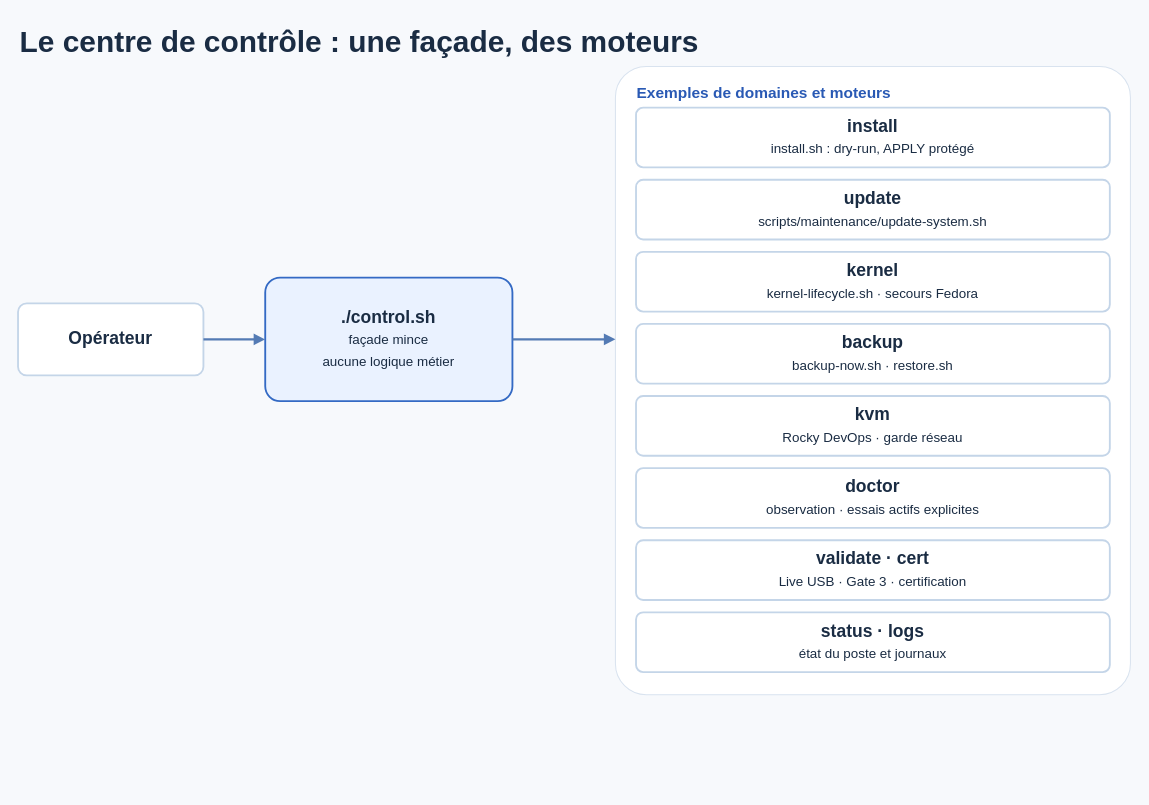
This is docs/assets/diagrams/centre-de-controle.drawio from mathiasseguincadiche/FEDORA_GNOME_CUSTOM, a draw.io file, before an edit. Source tidied: cells renumbered, new cells numbered last; positions are measured from the earlier drawing's top-left corner, leaving out a move shared by most shapes. Both pictures are drawn from the tidied source at 103%, with x=0, y=0 at pixel (18, 18).
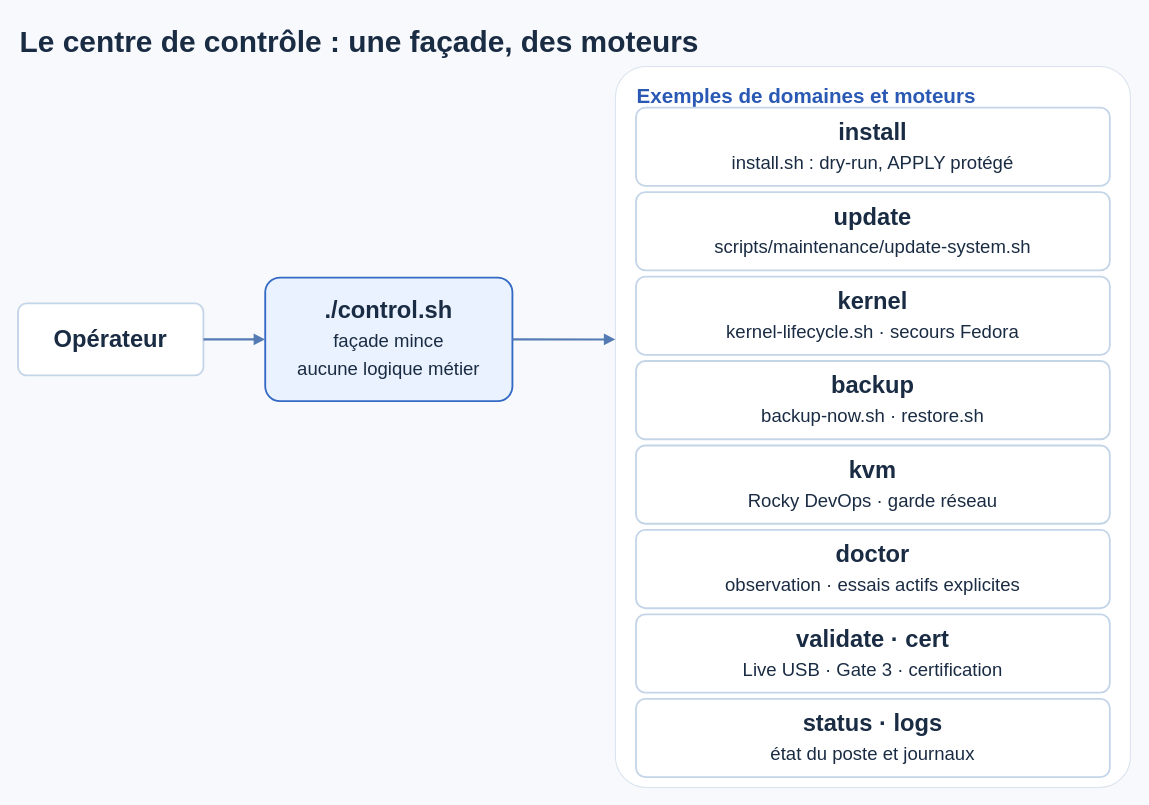
After the change.

Diff of the diagram source:
```diff
@@
 <mxGraphModel background="#F7F9FC">
   <root>
     <mxCell id="0" />
     <mxCell id="1" parent="0" />
     <mxCell id="2" value="Le centre de contrôle : une façade, des moteurs" style="text;html=1;fontSize=29;fontStyle=1;fontColor=#1A2C43;fontFamily=Arial;align=left;verticalAlign=middle;" parent="1" vertex="1">
       <mxGeometry width="1080" height="46" as="geometry" />
     </mxCell>
-    <mxCell id="3" value="Exemples de domaines et moteurs" style="rounded=1;arcSize=6;whiteSpace=wrap;html=1;fillColor=#FFFFFF;strokeColor=#D9E3EF;fontColor=#2959B4;fontStyle=1;fontSize=15;fontFamily=Arial;verticalAlign=top;align=left;spacingLeft=19;spacingTop=10;" parent="1" vertex="1">
-      <mxGeometry x="580" y="47" width="500" height="610" as="geometry" />
+    <mxCell id="3" value="Exemples de domaines et moteurs" style="rounded=1;arcSize=6;whiteSpace=wrap;html=1;fillColor=#FFFFFF;strokeColor=#D9E3EF;fontColor=#2959B4;fontStyle=1;fontSize=20;fontFamily=Arial;verticalAlign=top;align=left;spacingLeft=19;spacingTop=10;" parent="1" vertex="1">
+      <mxGeometry x="580" y="47" width="500" height="700" as="geometry" />
     </mxCell>
-    <mxCell id="4" value="&lt;b&gt;Opérateur&lt;/b&gt;" style="rounded=1;arcSize=12;whiteSpace=wrap;html=1;fillColor=#FFFFFF;strokeColor=#C4D5E8;strokeWidth=1.8;fontColor=#1A2C43;fontSize=17;fontFamily=Arial;" parent="1" vertex="1">
+    <mxCell id="4" value="&lt;b&gt;Opérateur&lt;/b&gt;" style="rounded=1;arcSize=12;whiteSpace=wrap;html=1;fillColor=#FFFFFF;strokeColor=#C4D5E8;strokeWidth=1.8;fontColor=#1A2C43;fontSize=23;fontFamily=Arial;" parent="1" vertex="1">
       <mxGeometry y="277" width="180" height="70" as="geometry" />
     </mxCell>
-    <mxCell id="5" value="&lt;b&gt;./control.sh&lt;/b&gt;&lt;br&gt;&lt;span style=&quot;font-size:13px&quot;&gt;façade mince&lt;/span&gt;&lt;br&gt;&lt;span style=&quot;font-size:13px&quot;&gt;aucune logique métier&lt;/span&gt;" style="rounded=1;arcSize=12;whiteSpace=wrap;html=1;fillColor=#EAF2FF;strokeColor=#346AC4;strokeWidth=1.8;fontColor=#1A2C43;fontSize=17;fontFamily=Arial;" parent="1" vertex="1">
+    <mxCell id="5" value="&lt;b&gt;./control.sh&lt;/b&gt;&lt;br&gt;&lt;span style=&quot;font-size:18px&quot;&gt;façade mince&lt;/span&gt;&lt;br&gt;&lt;span style=&quot;font-size:18px&quot;&gt;aucune logique métier&lt;/span&gt;" style="rounded=1;arcSize=12;whiteSpace=wrap;html=1;fillColor=#EAF2FF;strokeColor=#346AC4;strokeWidth=1.8;fontColor=#1A2C43;fontSize=23;fontFamily=Arial;" parent="1" vertex="1">
       <mxGeometry x="240" y="252" width="240" height="120" as="geometry" />
     </mxCell>
-    <mxCell id="6" value="&lt;b&gt;install&lt;/b&gt;&lt;br&gt;&lt;span style=&quot;font-size:13px&quot;&gt;install.sh : dry-run, APPLY protégé&lt;/span&gt;" style="rounded=1;arcSize=12;whiteSpace=wrap;html=1;fillColor=#FFFFFF;strokeColor=#C4D5E8;strokeWidth=1.8;fontColor=#1A2C43;fontSize=17;fontFamily=Arial;" parent="1" vertex="1">
-      <mxGeometry x="600" y="87" width="460" height="58" as="geometry" />
+    <mxCell id="6" value="&lt;b&gt;install&lt;/b&gt;&lt;br&gt;&lt;span style=&quot;font-size:18px&quot;&gt;install.sh : dry-run, APPLY protégé&lt;/span&gt;" style="rounded=1;arcSize=12;whiteSpace=wrap;html=1;fillColor=#FFFFFF;strokeColor=#C4D5E8;strokeWidth=1.8;fontColor=#1A2C43;fontSize=23;fontFamily=Arial;" parent="1" vertex="1">
+      <mxGeometry x="600" y="87" width="460" height="76" as="geometry" />
     </mxCell>
-    <mxCell id="7" value="&lt;b&gt;update&lt;/b&gt;&lt;br&gt;&lt;span style=&quot;font-size:13px&quot;&gt;scripts/maintenance/update-system.sh&lt;/span&gt;" style="rounded=1;arcSize=12;whiteSpace=wrap;html=1;fillColor=#FFFFFF;strokeColor=#C4D5E8;strokeWidth=1.8;fontColor=#1A2C43;fontSize=17;fontFamily=Arial;" parent="1" vertex="1">
-      <mxGeometry x="600" y="157" width="460" height="58" as="geometry" />
+    <mxCell id="7" value="&lt;b&gt;update&lt;/b&gt;&lt;br&gt;&lt;span style=&quot;font-size:18px&quot;&gt;scripts/maintenance/update-system.sh&lt;/span&gt;" style="rounded=1;arcSize=12;whiteSpace=wrap;html=1;fillColor=#FFFFFF;strokeColor=#C4D5E8;strokeWidth=1.8;fontColor=#1A2C43;fontSize=23;fontFamily=Arial;" parent="1" vertex="1">
+      <mxGeometry x="600" y="169" width="460" height="76" as="geometry" />
     </mxCell>
-    <mxCell id="8" value="&lt;b&gt;kernel&lt;/b&gt;&lt;br&gt;&lt;span style=&quot;font-size:13px&quot;&gt;kernel-lifecycle.sh · secours Fedora&lt;/span&gt;" style="rounded=1;arcSize=12;whiteSpace=wrap;html=1;fillColor=#FFFFFF;strokeColor=#C4D5E8;strokeWidth=1.8;fontColor=#1A2C43;fontSize=17;fontFamily=Arial;" parent="1" vertex="1">
-      <mxGeometry x="600" y="227" width="460" height="58" as="geometry" />
+    <mxCell id="8" value="&lt;b&gt;kernel&lt;/b&gt;&lt;br&gt;&lt;span style=&quot;font-size:18px&quot;&gt;kernel-lifecycle.sh · secours Fedora&lt;/span&gt;" style="rounded=1;arcSize=12;whiteSpace=wrap;html=1;fillColor=#FFFFFF;strokeColor=#C4D5E8;strokeWidth=1.8;fontColor=#1A2C43;fontSize=23;fontFamily=Arial;" parent="1" vertex="1">
+      <mxGeometry x="600" y="251" width="460" height="76" as="geometry" />
     </mxCell>
-    <mxCell id="9" value="&lt;b&gt;backup&lt;/b&gt;&lt;br&gt;&lt;span style=&quot;font-size:13px&quot;&gt;backup-now.sh · restore.sh&lt;/span&gt;" style="rounded=1;arcSize=12;whiteSpace=wrap;html=1;fillColor=#FFFFFF;strokeColor=#C4D5E8;strokeWidth=1.8;fontColor=#1A2C43;fontSize=17;fontFamily=Arial;" parent="1" vertex="1">
-      <mxGeometry x="600" y="297" width="460" height="58" as="geometry" />
+    <mxCell id="9" value="&lt;b&gt;backup&lt;/b&gt;&lt;br&gt;&lt;span style=&quot;font-size:18px&quot;&gt;backup-now.sh · restore.sh&lt;/span&gt;" style="rounded=1;arcSize=12;whiteSpace=wrap;html=1;fillColor=#FFFFFF;strokeColor=#C4D5E8;strokeWidth=1.8;fontColor=#1A2C43;fontSize=23;fontFamily=Arial;" parent="1" vertex="1">
+      <mxGeometry x="600" y="333" width="460" height="76" as="geometry" />
     </mxCell>
-    <mxCell id="10" value="&lt;b&gt;kvm&lt;/b&gt;&lt;br&gt;&lt;span style=&quot;font-size:13px&quot;&gt;Rocky DevOps · garde réseau&lt;/span&gt;" style="rounded=1;arcSize=12;whiteSpace=wrap;html=1;fillColor=#FFFFFF;strokeColor=#C4D5E8;strokeWidth=1.8;fontColor=#1A2C43;fontSize=17;fontFamily=Arial;" parent="1" vertex="1">
-      <mxGeometry x="600" y="367" width="460" height="58" as="geometry" />
+    <mxCell id="10" value="&lt;b&gt;kvm&lt;/b&gt;&lt;br&gt;&lt;span style=&quot;font-size:18px&quot;&gt;Rocky DevOps · garde réseau&lt;/span&gt;" style="rounded=1;arcSize=12;whiteSpace=wrap;html=1;fillColor=#FFFFFF;strokeColor=#C4D5E8;strokeWidth=1.8;fontColor=#1A2C43;fontSize=23;fontFamily=Arial;" parent="1" vertex="1">
+      <mxGeometry x="600" y="415" width="460" height="76" as="geometry" />
     </mxCell>
-    <mxCell id="11" value="&lt;b&gt;doctor&lt;/b&gt;&lt;br&gt;&lt;span style=&quot;font-size:13px&quot;&gt;observation · essais actifs explicites&lt;/span&gt;" style="rounded=1;arcSize=12;whiteSpace=wrap;html=1;fillColor=#FFFFFF;strokeColor=#C4D5E8;strokeWidth=1.8;fontColor=#1A2C43;fontSize=17;fontFamily=Arial;" parent="1" vertex="1">
-      <mxGeometry x="600" y="437" width="460" height="58" as="geometry" />
+    <mxCell id="11" value="&lt;b&gt;doctor&lt;/b&gt;&lt;br&gt;&lt;span style=&quot;font-size:18px&quot;&gt;observation · essais actifs explicites&lt;/span&gt;" style="rounded=1;arcSize=12;whiteSpace=wrap;html=1;fillColor=#FFFFFF;strokeColor=#C4D5E8;strokeWidth=1.8;fontColor=#1A2C43;fontSize=23;fontFamily=Arial;" parent="1" vertex="1">
+      <mxGeometry x="600" y="497" width="460" height="76" as="geometry" />
     </mxCell>
-    <mxCell id="12" value="&lt;b&gt;validate · cert&lt;/b&gt;&lt;br&gt;&lt;span style=&quot;font-size:13px&quot;&gt;Live USB · Gate 3 · certification&lt;/span&gt;" style="rounded=1;arcSize=12;whiteSpace=wrap;html=1;fillColor=#FFFFFF;strokeColor=#C4D5E8;strokeWidth=1.8;fontColor=#1A2C43;fontSize=17;fontFamily=Arial;" parent="1" vertex="1">
-      <mxGeometry x="600" y="507" width="460" height="58" as="geometry" />
+    <mxCell id="12" value="&lt;b&gt;validate · cert&lt;/b&gt;&lt;br&gt;&lt;span style=&quot;font-size:18px&quot;&gt;Live USB · Gate 3 · certification&lt;/span&gt;" style="rounded=1;arcSize=12;whiteSpace=wrap;html=1;fillColor=#FFFFFF;strokeColor=#C4D5E8;strokeWidth=1.8;fontColor=#1A2C43;fontSize=23;fontFamily=Arial;" parent="1" vertex="1">
+      <mxGeometry x="600" y="579" width="460" height="76" as="geometry" />
     </mxCell>
-    <mxCell id="13" value="&lt;b&gt;status · logs&lt;/b&gt;&lt;br&gt;&lt;span style=&quot;font-size:13px&quot;&gt;état du poste et journaux&lt;/span&gt;" style="rounded=1;arcSize=12;whiteSpace=wrap;html=1;fillColor=#FFFFFF;strokeColor=#C4D5E8;strokeWidth=1.8;fontColor=#1A2C43;fontSize=17;fontFamily=Arial;" parent="1" vertex="1">
-      <mxGeometry x="600" y="577" width="460" height="58" as="geometry" />
+    <mxCell id="13" value="&lt;b&gt;status · logs&lt;/b&gt;&lt;br&gt;&lt;span style=&quot;font-size:18px&quot;&gt;état du poste et journaux&lt;/span&gt;" style="rounded=1;arcSize=12;whiteSpace=wrap;html=1;fillColor=#FFFFFF;strokeColor=#C4D5E8;strokeWidth=1.8;fontColor=#1A2C43;fontSize=23;fontFamily=Arial;" parent="1" vertex="1">
+      <mxGeometry x="600" y="661" width="460" height="76" as="geometry" />
     </mxCell>
-    <mxCell id="14" style="endArrow=block;endFill=1;html=1;strokeColor=#547BB4;strokeWidth=2;fontColor=#1A2C43;fontSize=12;fontStyle=2;fontFamily=Arial;labelBackgroundColor=#FFFFFF;exitX=1.0000;exitY=0.5000;exitDx=0;exitDy=0;entryX=0.0000;entryY=0.5000;entryDx=0;entryDy=0;" parent="1" edge="1" source="4" target="5">
+    <mxCell id="14" style="endArrow=block;endFill=1;html=1;strokeColor=#547BB4;strokeWidth=2;fontColor=#1A2C43;fontSize=16;fontStyle=2;fontFamily=Arial;labelBackgroundColor=#FFFFFF;exitX=1.0000;exitY=0.5000;exitDx=0;exitDy=0;entryX=0.0000;entryY=0.5000;entryDx=0;entryDy=0;" parent="1" edge="1" source="4" target="5">
       <mxGeometry relative="1" as="geometry" />
     </mxCell>
-    <mxCell id="15" style="endArrow=block;endFill=1;html=1;strokeColor=#547BB4;strokeWidth=2;fontColor=#1A2C43;fontSize=12;fontStyle=2;fontFamily=Arial;labelBackgroundColor=#FFFFFF;exitX=1.0000;exitY=0.5000;exitDx=0;exitDy=0;entryX=0.0000;entryY=0.4344;entryDx=0;entryDy=0;" parent="1" edge="1" source="5" target="3">
+    <mxCell id="15" style="endArrow=block;endFill=1;html=1;strokeColor=#547BB4;strokeWidth=2;fontColor=#1A2C43;fontSize=16;fontStyle=2;fontFamily=Arial;labelBackgroundColor=#FFFFFF;exitX=1.0000;exitY=0.5000;exitDx=0;exitDy=0;entryX=0.0000;entryY=0.3786;entryDx=0;entryDy=0;" parent="1" edge="1" source="5" target="3">
       <mxGeometry relative="1" as="geometry" />
     </mxCell>
   </root>
 </mxGraphModel>
```
